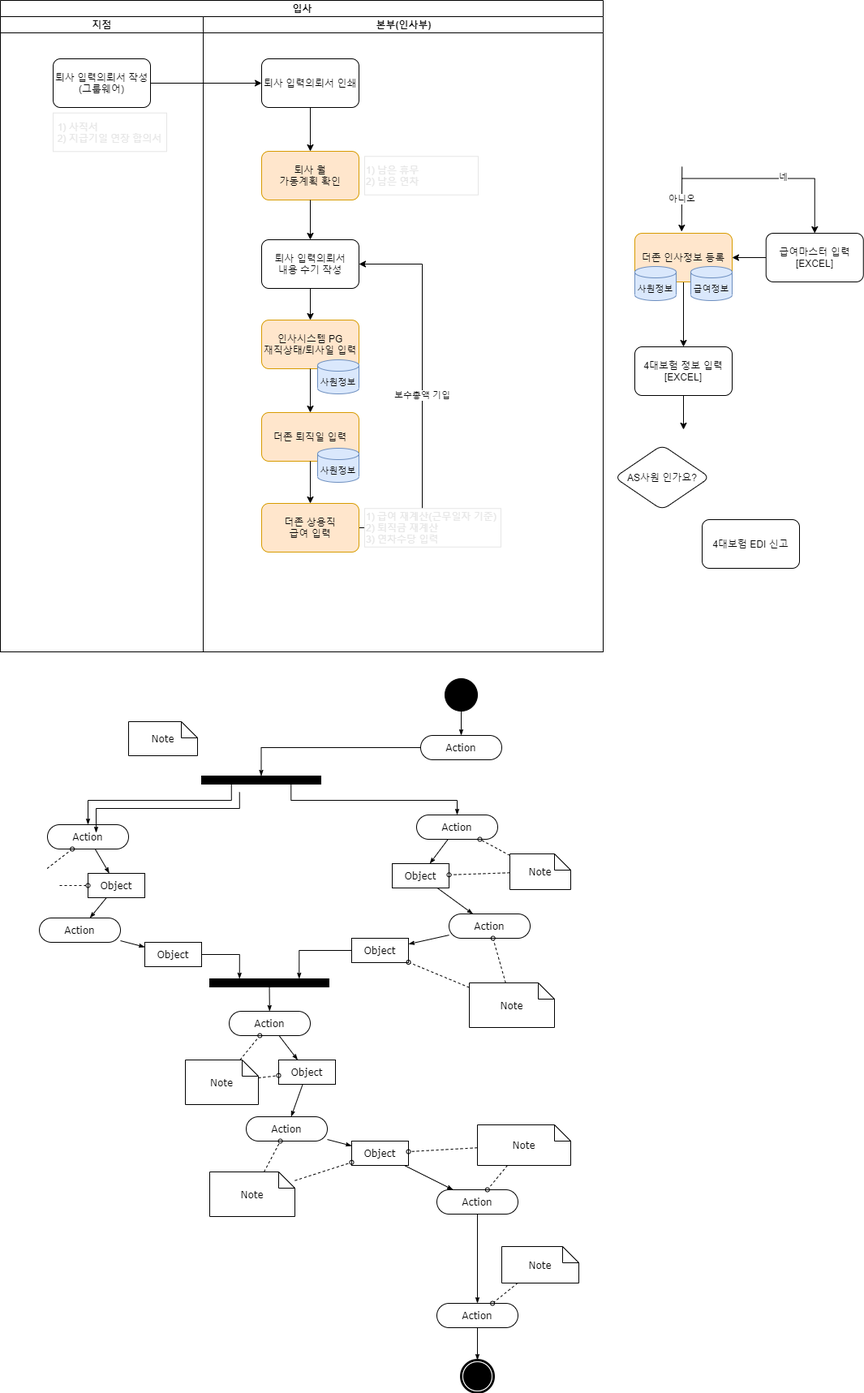
This is Insa_Resignation.drawio의 복사본.png from seunggeunjo/Flow-Chart, a draw.io export, as it was before one commit. Source tidied: cells renumbered, new cells last; positions are measured from the earlier drawing's top-left corner, leaving out a move shared by most shapes.
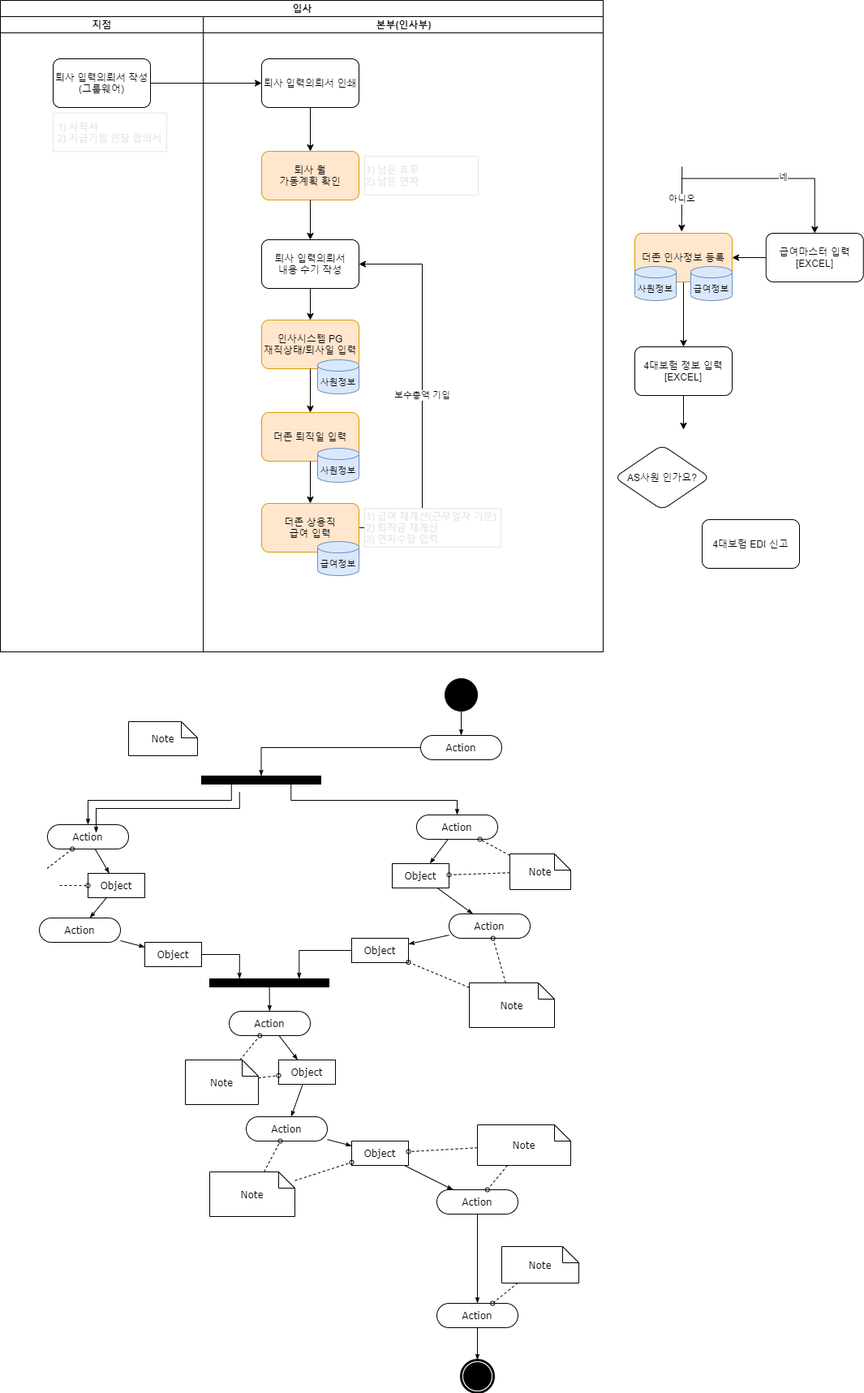
The same file after the commit.

Commit message:
Insa_Resignation.drawio의 복사본.png 업데이트

Change to the diagram source:
```diff
@@ -118,6 +118,9 @@
     <mxCell id="34" value="&lt;div&gt;&lt;span&gt;&lt;font color=&quot;#e6e6e6&quot;&gt;1) 급여 재계산(근무일자 기준)&lt;/font&gt;&lt;/span&gt;&lt;/div&gt;&lt;div&gt;&lt;span&gt;&lt;font color=&quot;#e6e6e6&quot;&gt;2) 퇴직금 재계산&lt;/font&gt;&lt;/span&gt;&lt;/div&gt;&lt;div&gt;&lt;span&gt;&lt;font color=&quot;#e6e6e6&quot;&gt;3) 연차수당 입력&lt;/font&gt;&lt;/span&gt;&lt;/div&gt;" style="whiteSpace=wrap;html=1;align=left;newEdgeStyle={&quot;edgeStyle&quot;:&quot;elbowEdgeStyle&quot;,&quot;startArrow&quot;:&quot;none&quot;,&quot;endArrow&quot;:&quot;none&quot;};strokeColor=#E6E6E6;" parent="7" vertex="1">
       <mxGeometry x="199" y="606.2" width="168" height="47.5" as="geometry" />
     </mxCell>
+    <mxCell id="96" value="&lt;div&gt;&lt;br&gt;&lt;/div&gt;&lt;div&gt;급여정보&lt;/div&gt;" style="strokeWidth=1;html=1;shape=mxgraph.flowchart.database;whiteSpace=wrap;fontSize=11;fillColor=#dae8fc;strokeColor=#6c8ebf;align=center;" parent="7" vertex="1">
+      <mxGeometry x="141" y="647" width="51" height="42" as="geometry" />
+    </mxCell>
     <mxCell id="35" style="edgeStyle=none;rounded=0;html=1;labelBackgroundColor=none;startArrow=none;startFill=0;startSize=5;endArrow=classicThin;endFill=1;endSize=5;jettySize=auto;strokeWidth=1;fontFamily=Verdana;fontSize=12;" parent="1" edge="1" source="36" target="39">
       <mxGeometry relative="1" as="geometry" />
     </mxCell>
```
